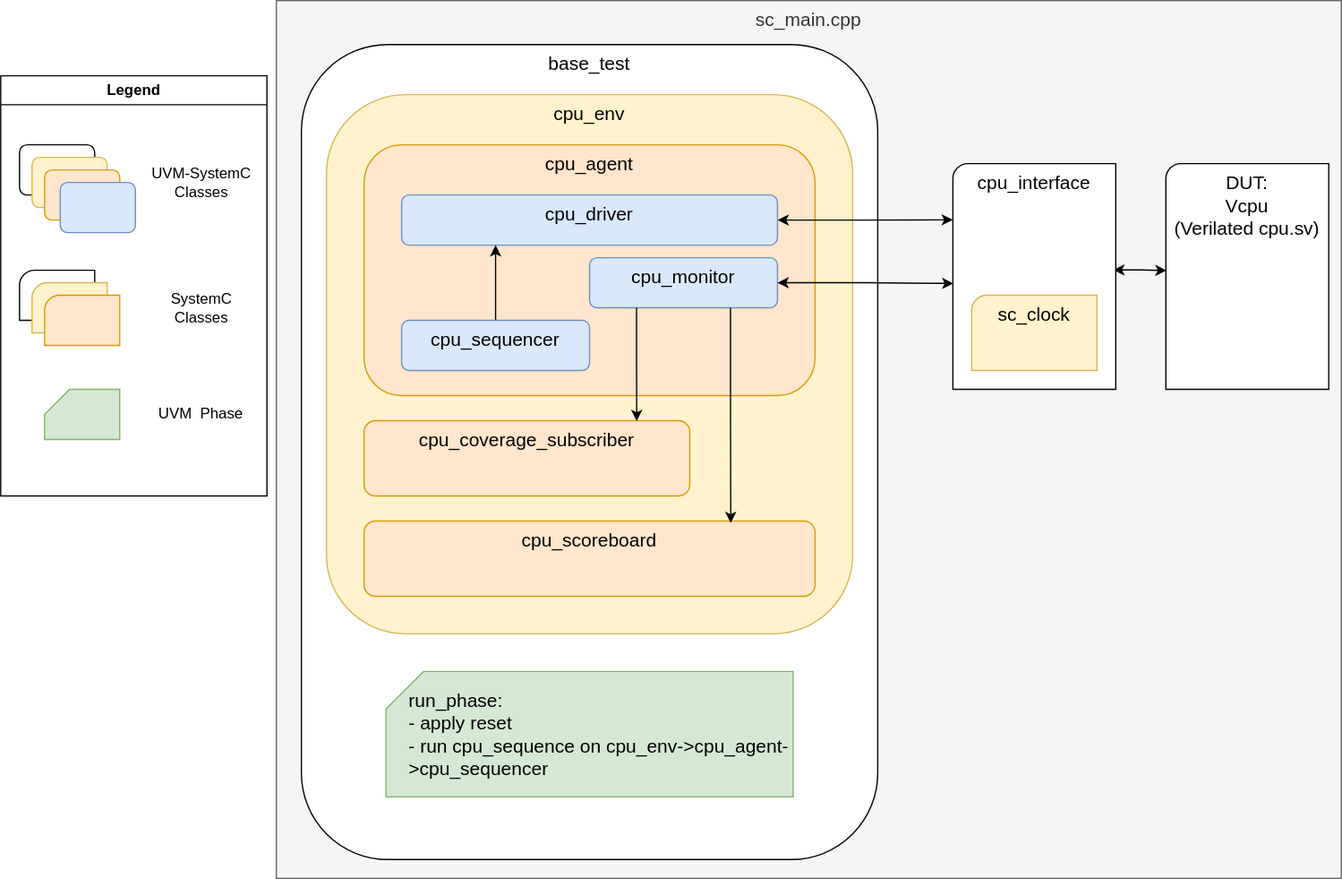
Jared-Chan/risc-v-cpu keeps this draw.io diagram as doc/cpu_tb.svg. Above is the earlier version. Source tidied: cells renumbered, new cells last; positions are measured from the earlier drawing's top-left corner, leaving out a move shared by most shapes.
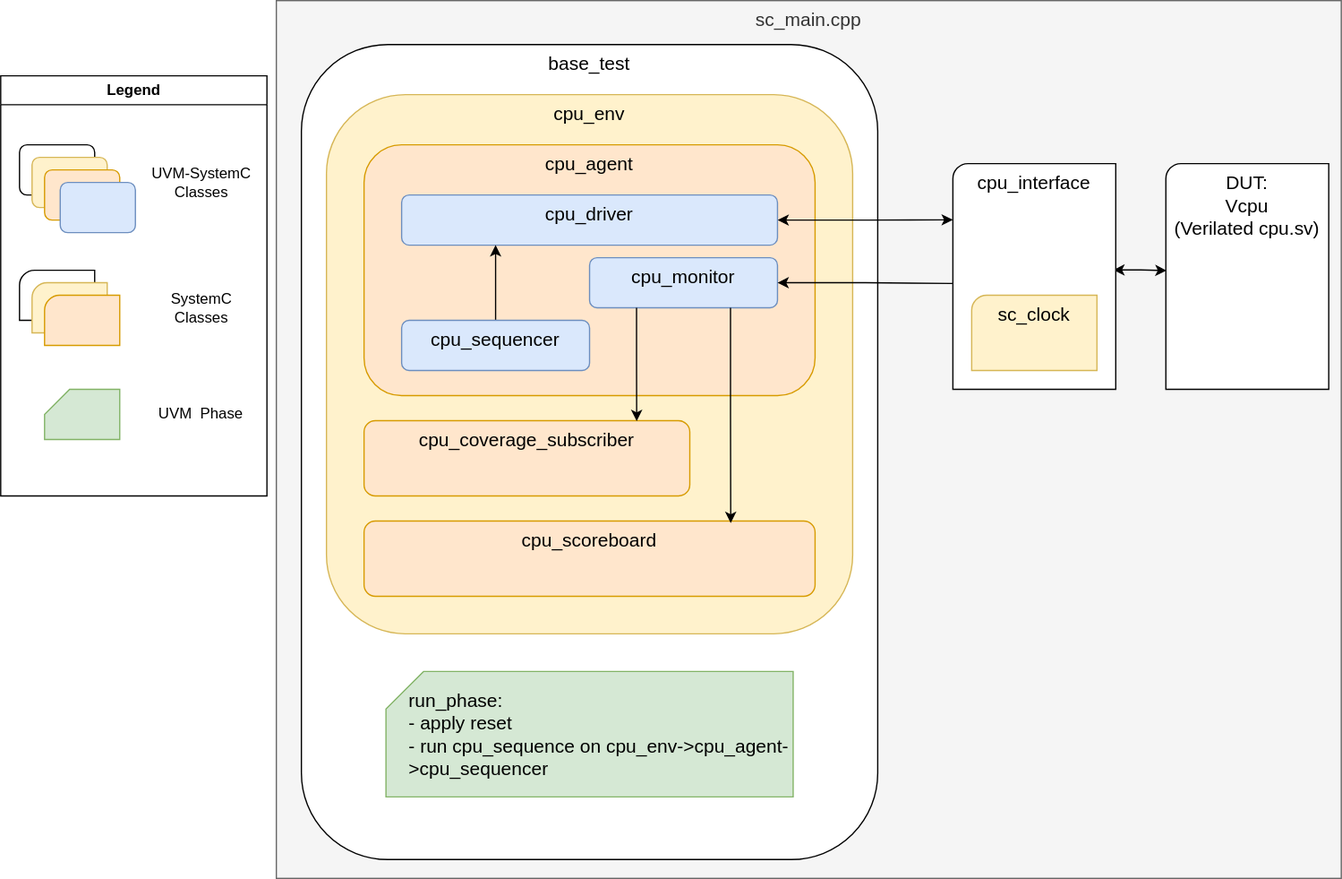
The same file after the commit.

Commit message:
Update tb block diagram

What changed in the source:
```diff
@@ -35,7 +35,7 @@
     <mxCell id="12" value="cpu_sequencer" style="rounded=1;whiteSpace=wrap;html=1;labelPosition=center;verticalLabelPosition=middle;align=center;verticalAlign=top;fontSize=15;fillColor=#dae8fc;strokeColor=#6c8ebf;" parent="1" vertex="1">
       <mxGeometry x="320" y="255" width="150" height="40" as="geometry" />
     </mxCell>
-    <mxCell id="13" style="edgeStyle=orthogonalEdgeStyle;rounded=0;jettySize=auto;html=1;entryX=0.003;entryY=0.531;entryDx=0;entryDy=0;entryPerimeter=0;startArrow=classic;startFill=1;" parent="1" edge="1" source="10" target="18">
+    <mxCell id="13" style="edgeStyle=orthogonalEdgeStyle;rounded=0;jettySize=auto;html=1;entryX=0.003;entryY=0.531;entryDx=0;entryDy=0;entryPerimeter=0;startArrow=classic;startFill=1;endArrow=none;endFill=0;" parent="1" edge="1" source="10" target="18">
       <mxGeometry relative="1" as="geometry" />
     </mxCell>
     <mxCell id="14" style="edgeStyle=orthogonalEdgeStyle;rounded=0;jettySize=auto;html=1;entryX=0.004;entryY=0.474;entryDx=0;entryDy=0;entryPerimeter=0;startArrow=classic;startFill=1;exitX=0.985;exitY=0.471;exitDx=0;exitDy=0;exitPerimeter=0;" parent="1" edge="1" source="18" target="20">
```
